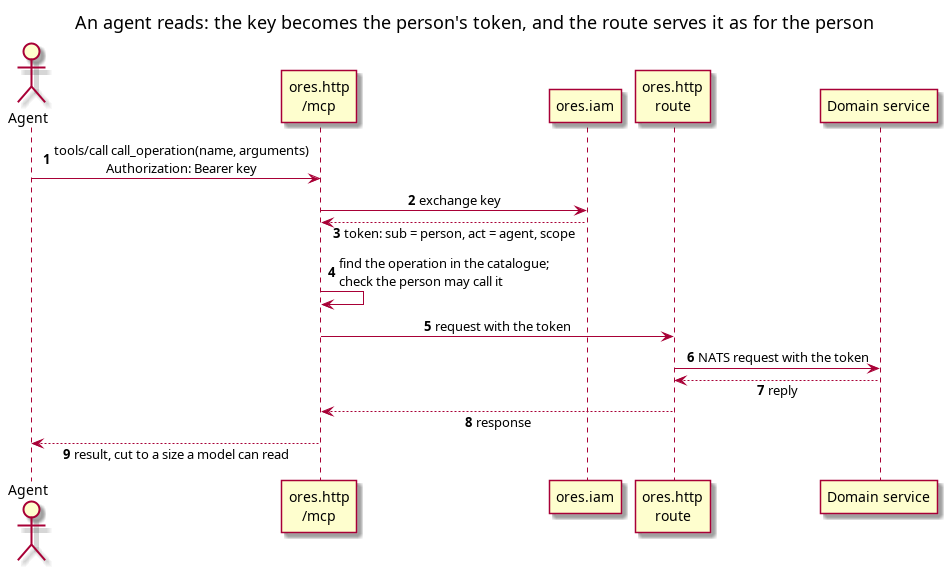
Above: doc/knowledge/agents/agent_read_sequence.png in OreStudio/OreStudio (PlantUML), before the change. Its source is kept beside it as doc/knowledge/agents/agent_read_sequence.puml.
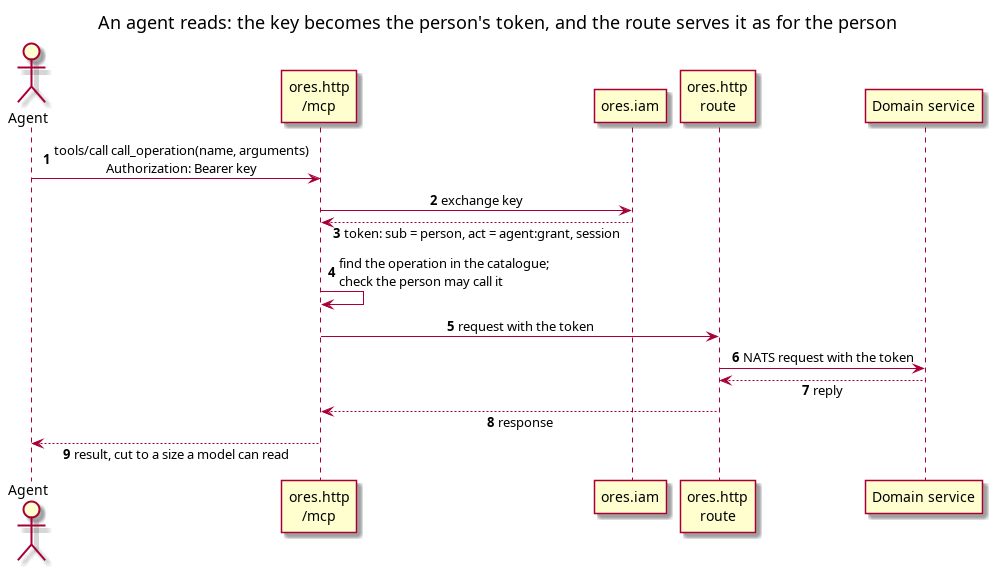
Later version of the same file.

Change to the diagram source:
```diff
@@ -14,7 +14,7 @@
 
 agent -> mcp : tools/call call_operation(name, arguments)\nAuthorization: Bearer key
 mcp -> iam : exchange key
-iam --> mcp : token: sub = person, act = agent, scope
+iam --> mcp : token: sub = person, act = agent:grant, session
 mcp -> mcp : find the operation in the catalogue;\ncheck the person may call it
 mcp -> route : request with the token
 route -> svc : NATS request with the token
```
